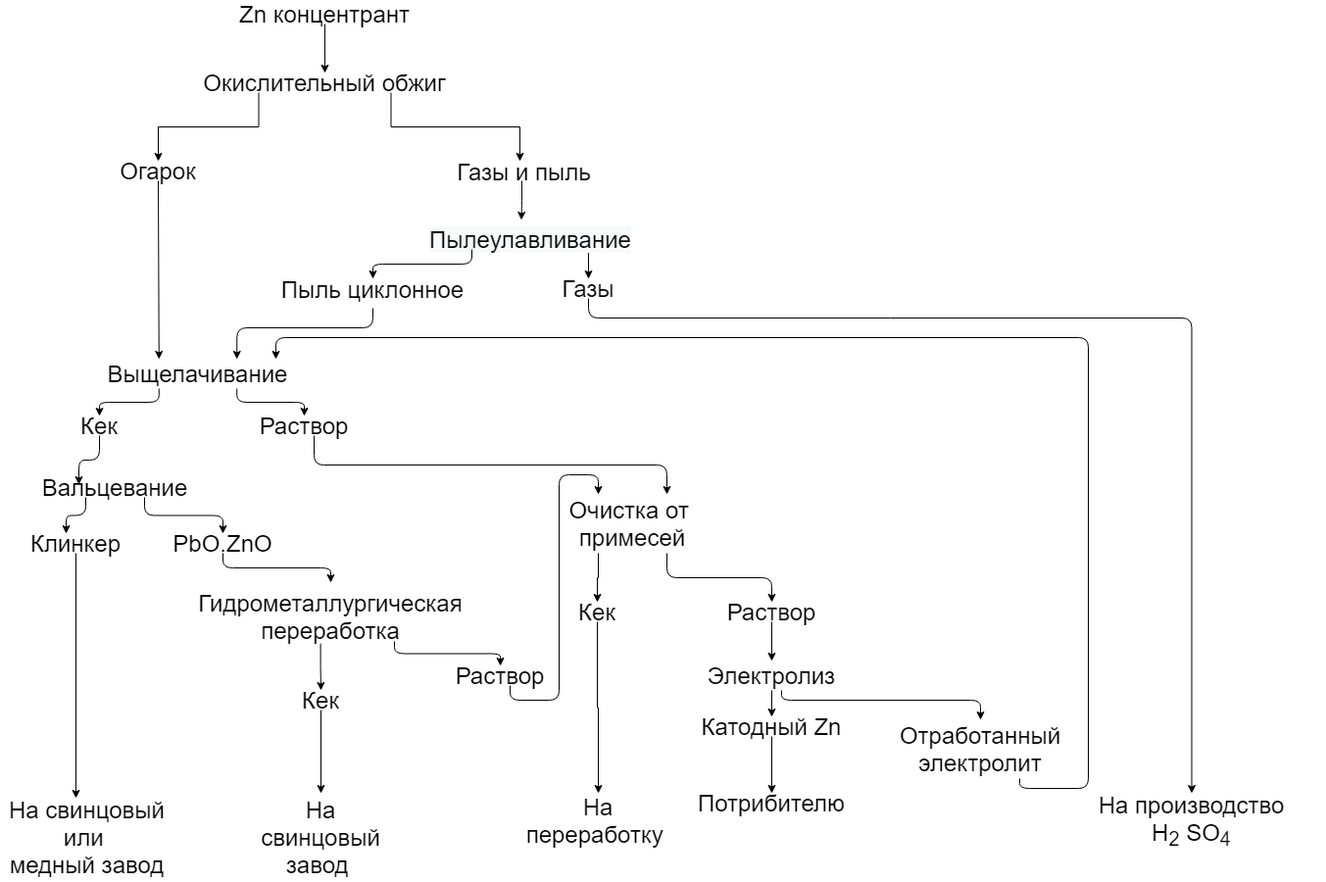
Above: Firuz_sxema.png in Begmurod/Sxema_set (draw.io), before the change. Source tidied: cells renumbered, new cells last; positions are measured from the earlier drawing's top-left corner, leaving out a move shared by most shapes.
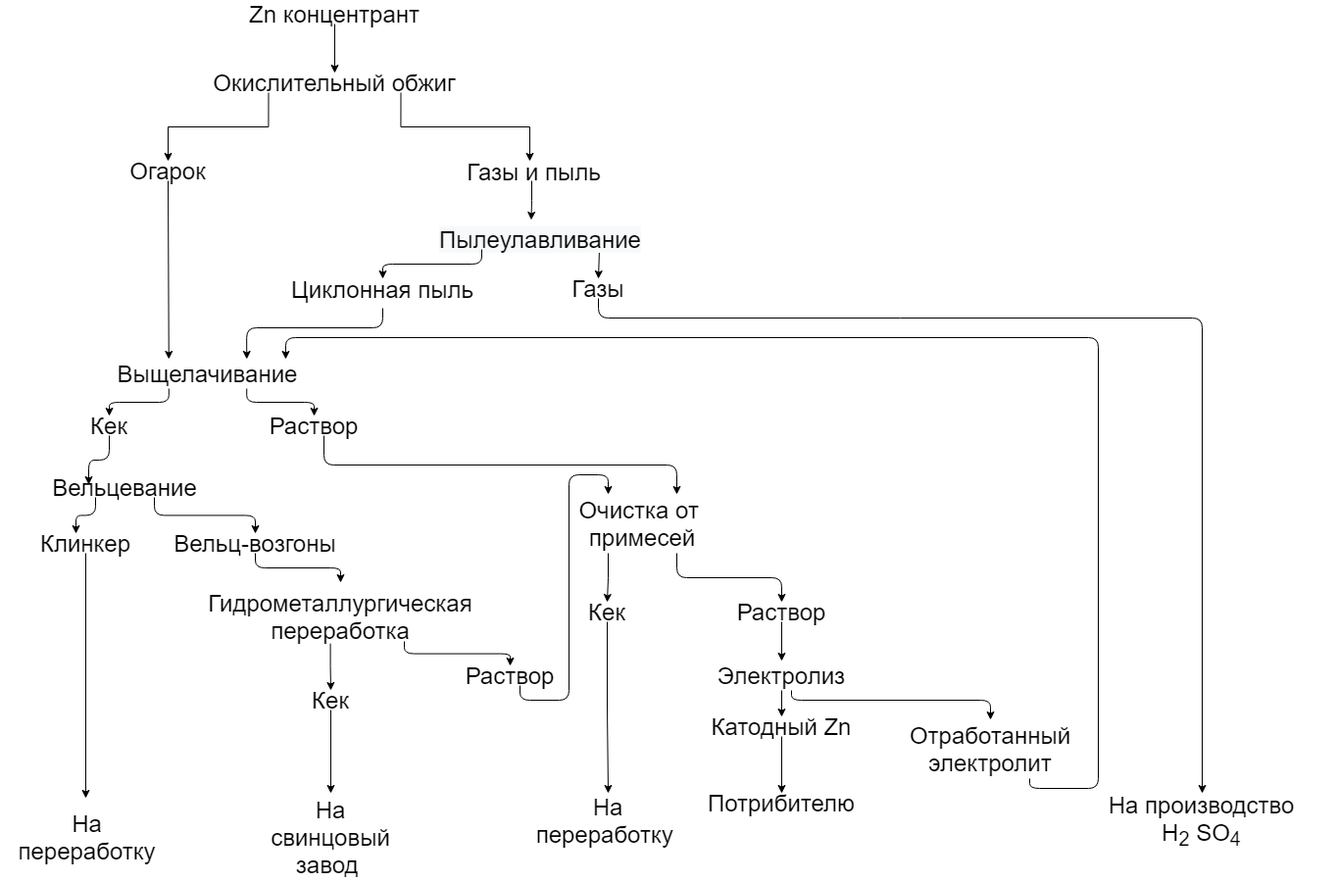
The same file after the commit.

What changed in the source:
```diff
@@ -37,7 +37,7 @@
     <mxCell id="10" value="&lt;font style=&quot;vertical-align: inherit ; font-size: 24px&quot;&gt;Газы и пыль&lt;/font&gt;" style="text;html=1;strokeColor=none;fillColor=none;align=center;verticalAlign=middle;whiteSpace=wrap;rounded=0;" parent="1" vertex="1">
       <mxGeometry x="460" y="170" width="149" as="geometry" />
     </mxCell>
-    <mxCell id="11" value="&lt;font style=&quot;vertical-align: inherit ; font-size: 24px&quot;&gt;Пыль циклонное&lt;/font&gt;" style="text;html=1;strokeColor=none;fillColor=none;align=center;verticalAlign=middle;whiteSpace=wrap;rounded=0;" parent="1" vertex="1">
+    <mxCell id="11" value="&lt;p&gt;&lt;span class=&quot;cf0&quot;&gt;&lt;font style=&quot;font-size: 24px&quot;&gt;Циклонная пыль&lt;/font&gt;&lt;/span&gt;&lt;/p&gt;" style="text;html=1;strokeColor=none;fillColor=none;align=center;verticalAlign=middle;whiteSpace=wrap;rounded=0;" parent="1" vertex="1">
       <mxGeometry x="280" y="290" width="200" as="geometry" />
     </mxCell>
     <mxCell id="12" value="&lt;font style=&quot;vertical-align: inherit ; font-size: 24px&quot;&gt;Газы&lt;/font&gt;" style="text;html=1;strokeColor=none;fillColor=none;align=center;verticalAlign=middle;whiteSpace=wrap;rounded=0;" parent="1" vertex="1">
@@ -87,7 +87,7 @@
     <mxCell id="24" style="endArrow=classic;html=1;exitX=0.75;exitY=1;exitDx=0;exitDy=0;entryX=0.5;entryY=0;entryDx=0;entryDy=0;edgeStyle=orthogonalEdgeStyle;" parent="1" edge="1" source="18" target="23">
       <mxGeometry relative="1" as="geometry" />
     </mxCell>
-    <mxCell id="25" value="&lt;font style=&quot;vertical-align: inherit ; font-size: 24px&quot;&gt;Вальцевание&lt;/font&gt;" style="text;html=1;strokeColor=none;fillColor=none;align=center;verticalAlign=middle;whiteSpace=wrap;rounded=0;" parent="1" vertex="1">
+    <mxCell id="25" value="&lt;p&gt;&lt;span class=&quot;cf0&quot;&gt;&lt;font style=&quot;font-size: 24px&quot;&gt;Вельцевание&lt;/font&gt;&lt;/span&gt;&lt;/p&gt;" style="text;html=1;strokeColor=none;fillColor=none;align=center;verticalAlign=middle;whiteSpace=wrap;rounded=0;" parent="1" vertex="1">
       <mxGeometry x="57" y="483" width="120" height="20" as="geometry" />
     </mxCell>
     <mxCell id="26" style="edgeStyle=orthogonalEdgeStyle;rounded=0;jettySize=auto;html=1;exitX=0.5;exitY=1;exitDx=0;exitDy=0;" parent="1" edge="1" source="27">
@@ -98,8 +98,8 @@
     <mxCell id="27" value="&lt;font style=&quot;vertical-align: inherit ; font-size: 24px&quot;&gt;Клинкер&lt;/font&gt;" style="text;html=1;strokeColor=none;fillColor=none;align=center;verticalAlign=middle;whiteSpace=wrap;rounded=0;" parent="1" vertex="1">
       <mxGeometry x="57" y="540" width="40" height="20" as="geometry" />
     </mxCell>
-    <mxCell id="28" value="&lt;font style=&quot;vertical-align: inherit ; font-size: 24px&quot;&gt;На свинцовый или &lt;br&gt;медный завод&lt;/font&gt;" style="text;html=1;strokeColor=none;fillColor=none;align=center;verticalAlign=middle;whiteSpace=wrap;rounded=0;" parent="1" vertex="1">
-      <mxGeometry y="820" width="177" height="60" as="geometry" />
+    <mxCell id="28" value="&lt;p&gt;&lt;span class=&quot;cf0&quot;&gt;&lt;font style=&quot;font-size: 24px&quot;&gt;На переработку&lt;/font&gt;&lt;/span&gt;&lt;/p&gt;" style="text;html=1;strokeColor=none;fillColor=none;align=center;verticalAlign=middle;whiteSpace=wrap;rounded=0;" parent="1" vertex="1">
+      <mxGeometry x="-10" y="820" width="177" height="60" as="geometry" />
     </mxCell>
     <mxCell id="29" style="endArrow=classic;html=1;exitX=0.5;exitY=1;exitDx=0;exitDy=0;edgeStyle=orthogonalEdgeStyle;" parent="1" edge="1" source="21">
       <mxGeometry relative="1" as="geometry">
@@ -109,8 +109,8 @@
     <mxCell id="30" style="endArrow=classic;html=1;exitX=0.25;exitY=1;exitDx=0;exitDy=0;entryX=0.25;entryY=0;entryDx=0;entryDy=0;edgeStyle=orthogonalEdgeStyle;" parent="1" edge="1" source="25" target="27">
       <mxGeometry relative="1" as="geometry" />
     </mxCell>
-    <mxCell id="31" value="&lt;span style=&quot;font-size: 24px&quot;&gt;PbO.ZnO&lt;/span&gt;" style="text;html=1;strokeColor=none;fillColor=none;align=center;verticalAlign=middle;whiteSpace=wrap;rounded=0;" parent="1" vertex="1">
-      <mxGeometry x="207" y="540" width="40" height="20" as="geometry" />
+    <mxCell id="31" value="&lt;p&gt;&lt;span class=&quot;cf0&quot;&gt;&lt;font style=&quot;font-size: 24px&quot;&gt;Вельц-возгоны&lt;/font&gt;&lt;/span&gt;&lt;/p&gt;" style="text;html=1;strokeColor=none;fillColor=none;align=center;verticalAlign=middle;whiteSpace=wrap;rounded=0;" parent="1" vertex="1">
+      <mxGeometry x="130" y="540" width="240" height="20" as="geometry" />
     </mxCell>
     <mxCell id="32" style="endArrow=classic;html=1;exitX=0.75;exitY=1;exitDx=0;exitDy=0;entryX=0.5;entryY=0;entryDx=0;entryDy=0;edgeStyle=orthogonalEdgeStyle;" parent="1" edge="1" source="25" target="31">
       <mxGeometry relative="1" as="geometry" />
```
